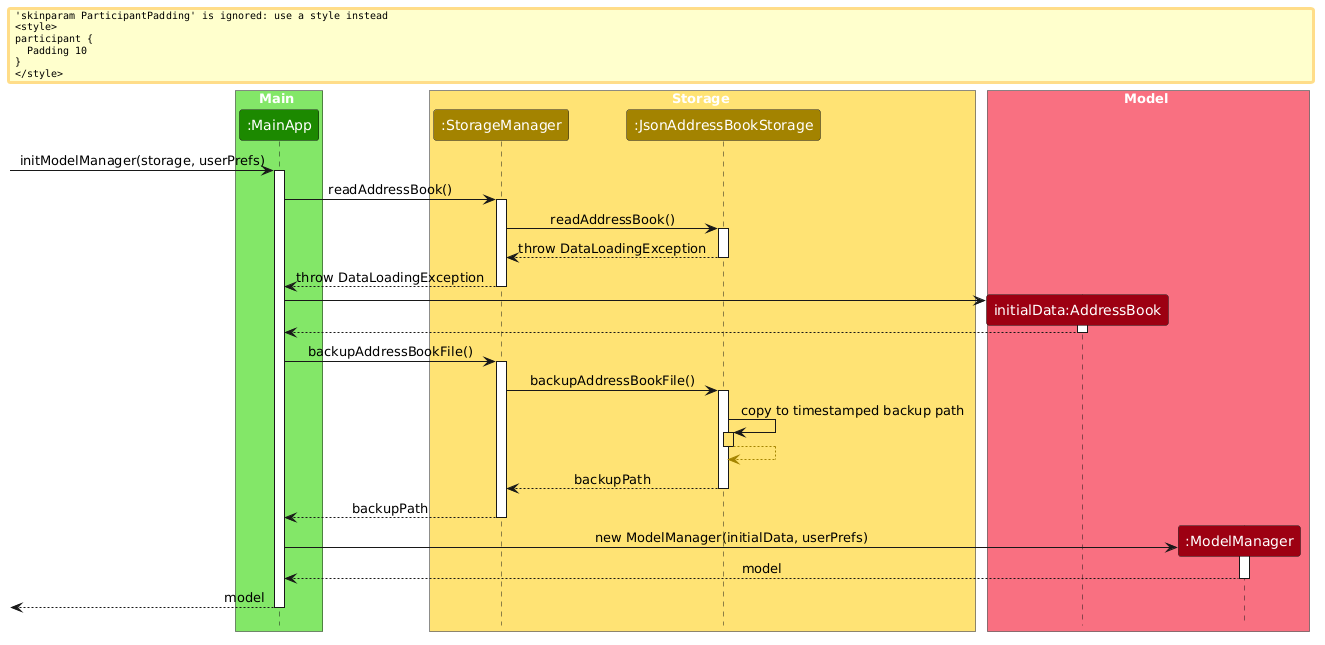
Above: docs/images/BackupCorruptedFileSequenceDiagram.png in AY2627S1-CS2103T-F11-1/tp (PlantUML), before the change.
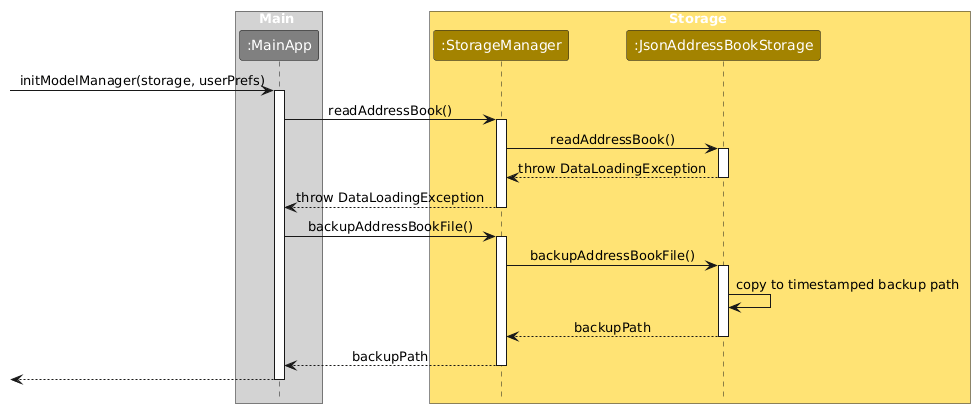
The same diagram one commit later.

Commit message:
Fix styling and visual notation issues in storage sequence diagrams

What changed in the source:
```diff
@@ -64,7 +64,6 @@
 
 skinparam ArrowFontStyle bold
 skinparam MinClassWidth 50
-skinparam ParticipantPadding 10
 skinparam Shadowing false
 skinparam DefaultTextAlignment center
 skinparam packageStyle Rectangle
@@ -75,18 +74,13 @@
 
 skinparam ArrowFontStyle plain
 
-box Main UI_COLOR_T1
-participant ":MainApp" as MainApp UI_COLOR
+box Main #lightgrey
+participant ":MainApp" as MainApp #grey
 end box
 
 box Storage STORAGE_COLOR_T1
 participant ":StorageManager" as StorageManager STORAGE_COLOR
 participant ":JsonAddressBookStorage" as JsonAddressBookStorage STORAGE_COLOR
-end box
-
-box Model MODEL_COLOR_T1
-participant "initialData:AddressBook" as AddressBook MODEL_COLOR
-participant ":ModelManager" as ModelManager MODEL_COLOR
 end box
 
 [-> MainApp : initModelManager(storage, userPrefs)
@@ -104,12 +98,6 @@
 StorageManager --> MainApp : throw DataLoadingException
 deactivate StorageManager
 
-create AddressBook
-MainApp -> AddressBook
-activate AddressBook
-AddressBook --> MainApp
-deactivate AddressBook
-
 MainApp -> StorageManager : backupAddressBookFile()
 activate StorageManager
 
@@ -117,9 +105,6 @@
 activate JsonAddressBookStorage
 
 JsonAddressBookStorage -> JsonAddressBookStorage : copy to timestamped backup path
-activate JsonAddressBookStorage STORAGE_COLOR_T1
-JsonAddressBookStorage --[STORAGE_COLOR]> JsonAddressBookStorage
-deactivate JsonAddressBookStorage
 
 JsonAddressBookStorage --> StorageManager : backupPath
 deactivate JsonAddressBookStorage
@@ -127,12 +112,6 @@
 StorageManager --> MainApp : backupPath
 deactivate StorageManager
 
-create ModelManager
-MainApp -> ModelManager : new ModelManager(initialData, userPrefs)
-activate ModelManager
-ModelManager --> MainApp : model
-deactivate ModelManager
-
-[<-- MainApp : model
+[<-- MainApp
 deactivate MainApp
 @enduml
```
